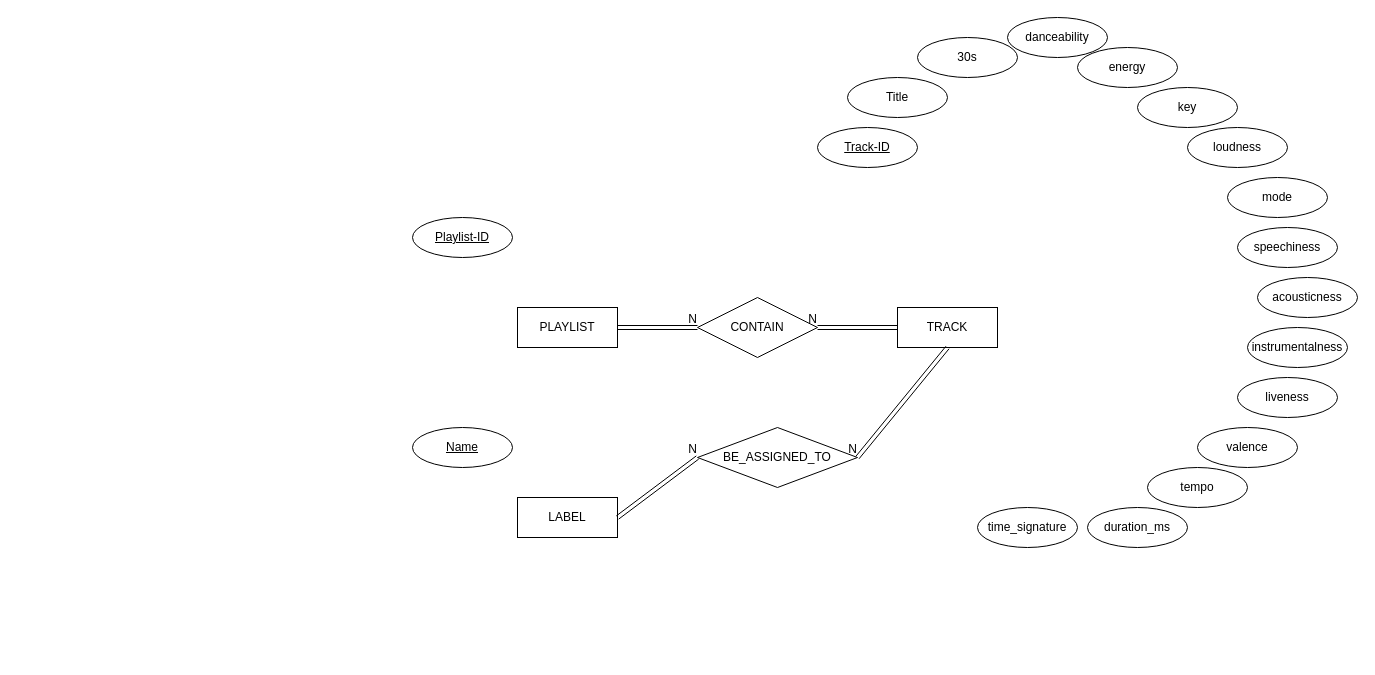
This is spotify.drawio from quangmnh/drawio, a draw.io file, before an edit. Source tidied: cells renumbered, new cells numbered last; positions are measured from the earlier drawing's top-left corner, leaving out a move shared by most shapes. Both pictures are drawn from the tidied source at 100%, with x=0, y=0 at pixel (412, 17).
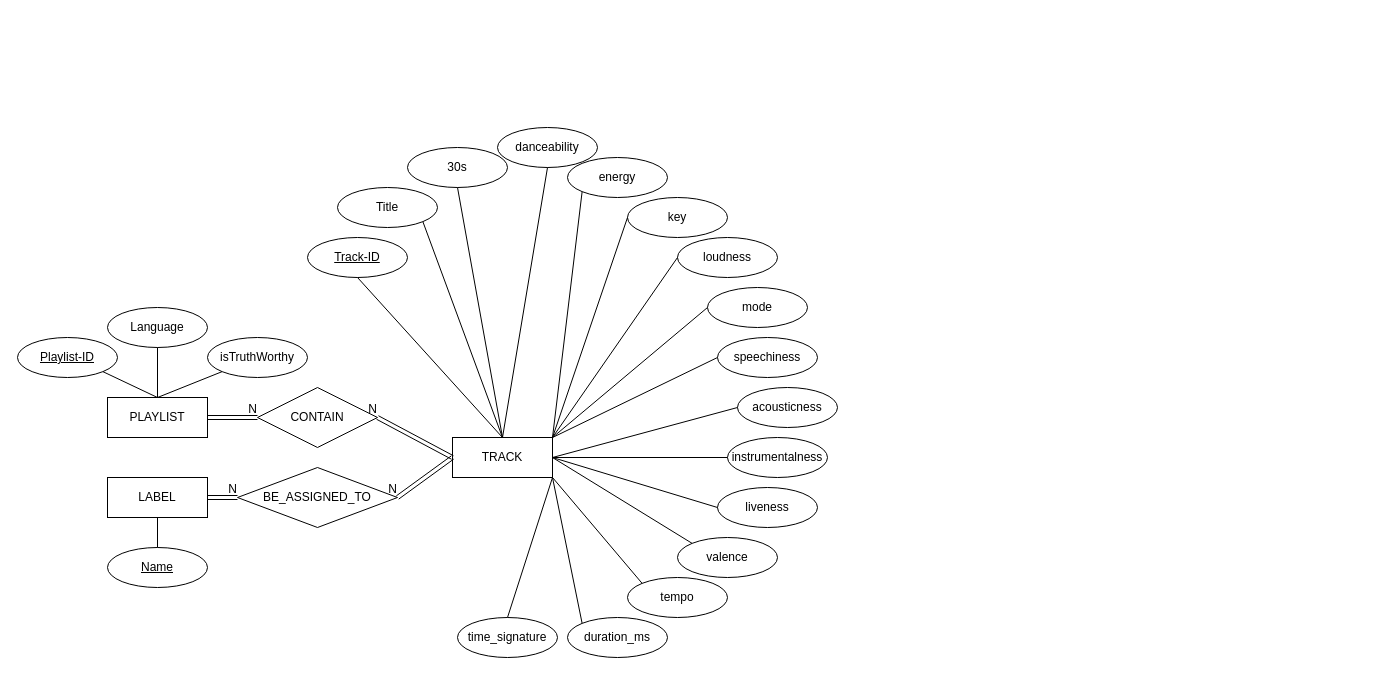
After the change.

The edit, as a diff of the source:
```diff
@@
     <mxCell id="2" value="TRACK" style="whiteSpace=wrap;html=1;align=center;hachureGap=4;" parent="1" vertex="1">
-      <mxGeometry x="485" y="290" width="100" height="40" as="geometry" />
+      <mxGeometry x="40" y="420" width="100" height="40" as="geometry" />
     </mxCell>
     <mxCell id="3" value="Track-ID" style="ellipse;whiteSpace=wrap;html=1;align=center;fontStyle=4;hachureGap=4;" parent="1" vertex="1">
-      <mxGeometry x="405" y="110" width="100" height="40" as="geometry" />
+      <mxGeometry x="-105" y="220" width="100" height="40" as="geometry" />
     </mxCell>
     <mxCell id="4" value="Title" style="ellipse;whiteSpace=wrap;html=1;align=center;hachureGap=4;" parent="1" vertex="1">
-      <mxGeometry x="435" y="60" width="100" height="40" as="geometry" />
+      <mxGeometry x="-75" y="170" width="100" height="40" as="geometry" />
     </mxCell>
     <mxCell id="5" value="30s" style="ellipse;whiteSpace=wrap;html=1;align=center;hachureGap=4;" parent="1" vertex="1">
-      <mxGeometry x="505" y="20" width="100" height="40" as="geometry" />
+      <mxGeometry x="-5" y="130" width="100" height="40" as="geometry" />
     </mxCell>
     <mxCell id="6" value="danceability" style="ellipse;whiteSpace=wrap;html=1;align=center;hachureGap=4;" parent="1" vertex="1">
-      <mxGeometry x="595" width="100" height="40" as="geometry" />
+      <mxGeometry x="85" y="110" width="100" height="40" as="geometry" />
     </mxCell>
     <mxCell id="7" value="energy" style="ellipse;whiteSpace=wrap;html=1;align=center;hachureGap=4;" parent="1" vertex="1">
-      <mxGeometry x="665" y="30" width="100" height="40" as="geometry" />
+      <mxGeometry x="155" y="140" width="100" height="40" as="geometry" />
     </mxCell>
     <mxCell id="8" value="key" style="ellipse;whiteSpace=wrap;html=1;align=center;hachureGap=4;" parent="1" vertex="1">
-      <mxGeometry x="725" y="70" width="100" height="40" as="geometry" />
+      <mxGeometry x="215" y="180" width="100" height="40" as="geometry" />
     </mxCell>
     <mxCell id="9" value="loudness" style="ellipse;whiteSpace=wrap;html=1;align=center;hachureGap=4;" parent="1" vertex="1">
-      <mxGeometry x="775" y="110" width="100" height="40" as="geometry" />
+      <mxGeometry x="265" y="220" width="100" height="40" as="geometry" />
     </mxCell>
     <mxCell id="10" value="mode" style="ellipse;whiteSpace=wrap;html=1;align=center;hachureGap=4;" parent="1" vertex="1">
-      <mxGeometry x="815" y="160" width="100" height="40" as="geometry" />
+      <mxGeometry x="295" y="270" width="100" height="40" as="geometry" />
     </mxCell>
     <mxCell id="11" value="speechiness" style="ellipse;whiteSpace=wrap;html=1;align=center;hachureGap=4;" parent="1" vertex="1">
-      <mxGeometry x="825" y="210" width="100" height="40" as="geometry" />
+      <mxGeometry x="305" y="320" width="100" height="40" as="geometry" />
     </mxCell>
     <mxCell id="12" value="acousticness" style="ellipse;whiteSpace=wrap;html=1;align=center;hachureGap=4;" parent="1" vertex="1">
-      <mxGeometry x="845" y="260" width="100" height="40" as="geometry" />
+      <mxGeometry x="325" y="370" width="100" height="40" as="geometry" />
     </mxCell>
     <mxCell id="13" value="instrumentalness" style="ellipse;whiteSpace=wrap;html=1;align=center;hachureGap=4;" parent="1" vertex="1">
-      <mxGeometry x="835" y="310" width="100" height="40" as="geometry" />
+      <mxGeometry x="315" y="420" width="100" height="40" as="geometry" />
     </mxCell>
     <mxCell id="14" value="liveness" style="ellipse;whiteSpace=wrap;html=1;align=center;hachureGap=4;" parent="1" vertex="1">
-      <mxGeometry x="825" y="360" width="100" height="40" as="geometry" />
+      <mxGeometry x="305" y="470" width="100" height="40" as="geometry" />
     </mxCell>
     <mxCell id="15" value="valence" style="ellipse;whiteSpace=wrap;html=1;align=center;hachureGap=4;" parent="1" vertex="1">
-      <mxGeometry x="785" y="410" width="100" height="40" as="geometry" />
+      <mxGeometry x="265" y="520" width="100" height="40" as="geometry" />
     </mxCell>
     <mxCell id="16" value="tempo" style="ellipse;whiteSpace=wrap;html=1;align=center;hachureGap=4;" parent="1" vertex="1">
-      <mxGeometry x="735" y="450" width="100" height="40" as="geometry" />
+      <mxGeometry x="215" y="560" width="100" height="40" as="geometry" />
     </mxCell>
     <mxCell id="17" value="duration_ms" style="ellipse;whiteSpace=wrap;html=1;align=center;hachureGap=4;" parent="1" vertex="1">
-      <mxGeometry x="675" y="490" width="100" height="40" as="geometry" />
+      <mxGeometry x="155" y="600" width="100" height="40" as="geometry" />
     </mxCell>
     <mxCell id="18" value="time_signature" style="ellipse;whiteSpace=wrap;html=1;align=center;hachureGap=4;" parent="1" vertex="1">
-      <mxGeometry x="565" y="490" width="100" height="40" as="geometry" />
+      <mxGeometry x="45" y="600" width="100" height="40" as="geometry" />
     </mxCell>
     <mxCell id="19" value="PLAYLIST" style="whiteSpace=wrap;html=1;align=center;hachureGap=4;" parent="1" vertex="1">
-      <mxGeometry x="105" y="290" width="100" height="40" as="geometry" />
+      <mxGeometry x="-305" y="380" width="100" height="40" as="geometry" />
     </mxCell>
     <mxCell id="20" value="Playlist-ID" style="ellipse;whiteSpace=wrap;html=1;align=center;fontStyle=4;hachureGap=4;" parent="1" vertex="1">
-      <mxGeometry y="200" width="100" height="40" as="geometry" />
+      <mxGeometry x="-395" y="320" width="100" height="40" as="geometry" />
     </mxCell>
     <mxCell id="21" value="CONTAIN" style="shape=rhombus;perimeter=rhombusPerimeter;whiteSpace=wrap;html=1;align=center;hachureGap=4;" parent="1" vertex="1">
-      <mxGeometry x="285" y="280" width="120" height="60" as="geometry" />
+      <mxGeometry x="-155" y="370" width="120" height="60" as="geometry" />
     </mxCell>
@@
     <mxCell id="26" value="LABEL" style="whiteSpace=wrap;html=1;align=center;hachureGap=4;" parent="1" vertex="1">
-      <mxGeometry x="105" y="480" width="100" height="40" as="geometry" />
+      <mxGeometry x="-305" y="460" width="100" height="40" as="geometry" />
     </mxCell>
     <mxCell id="27" value="Name" style="ellipse;whiteSpace=wrap;html=1;align=center;fontStyle=4;hachureGap=4;" parent="1" vertex="1">
-      <mxGeometry y="410" width="100" height="40" as="geometry" />
+      <mxGeometry x="-305" y="530" width="100" height="40" as="geometry" />
     </mxCell>
     <mxCell id="28" value="BE_ASSIGNED_TO" style="shape=rhombus;perimeter=rhombusPerimeter;whiteSpace=wrap;html=1;align=center;hachureGap=4;" parent="1" vertex="1">
-      <mxGeometry x="285" y="410" width="160" height="60" as="geometry" />
+      <mxGeometry x="-175" y="450" width="160" height="60" as="geometry" />
     </mxCell>
@@
-    <mxCell id="31" style="shape=link;html=1;rounded=0;endArrow=open;startSize=14;endSize=14;sourcePerimeterSpacing=8;targetPerimeterSpacing=8;exitX=0.5;exitY=1;exitDx=0;exitDy=0;entryX=1;entryY=0.5;entryDx=0;entryDy=0;" parent="1" edge="1" source="2" target="28">
+    <mxCell id="31" style="shape=link;html=1;rounded=0;endArrow=open;startSize=14;endSize=14;sourcePerimeterSpacing=8;targetPerimeterSpacing=8;exitX=0;exitY=0.5;exitDx=0;exitDy=0;entryX=1;entryY=0.5;entryDx=0;entryDy=0;" parent="1" edge="1" source="2" target="28">
       <mxGeometry relative="1" as="geometry" />
     </mxCell>
@@
+    <mxCell id="33" style="endArrow=none;html=1;rounded=0;startSize=14;endSize=14;sourcePerimeterSpacing=8;targetPerimeterSpacing=8;exitX=0.5;exitY=1;exitDx=0;exitDy=0;entryX=0.5;entryY=0;entryDx=0;entryDy=0;" parent="1" edge="1" source="3" target="2">
+      <mxGeometry relative="1" as="geometry" />
+    </mxCell>
+    <mxCell id="34" style="endArrow=none;html=1;rounded=0;startSize=14;endSize=14;sourcePerimeterSpacing=8;targetPerimeterSpacing=8;exitX=1;exitY=1;exitDx=0;exitDy=0;entryX=0.5;entryY=0;entryDx=0;entryDy=0;" parent="1" edge="1" source="4" target="2">
+      <mxGeometry relative="1" as="geometry" />
+    </mxCell>
+    <mxCell id="35" style="endArrow=none;html=1;rounded=0;startSize=14;endSize=14;sourcePerimeterSpacing=8;targetPerimeterSpacing=8;exitX=0.5;exitY=1;exitDx=0;exitDy=0;entryX=0.5;entryY=0;entryDx=0;entryDy=0;" parent="1" edge="1" source="5" target="2">
+      <mxGeometry relative="1" as="geometry" />
+    </mxCell>
+    <mxCell id="36" style="endArrow=none;html=1;rounded=0;startSize=14;endSize=14;sourcePerimeterSpacing=8;targetPerimeterSpacing=8;exitX=0.5;exitY=1;exitDx=0;exitDy=0;entryX=0.5;entryY=0;entryDx=0;entryDy=0;" parent="1" edge="1" source="6" target="2">
+      <mxGeometry relative="1" as="geometry" />
+    </mxCell>
+    <mxCell id="37" style="endArrow=none;html=1;rounded=0;startSize=14;endSize=14;sourcePerimeterSpacing=8;targetPerimeterSpacing=8;exitX=0;exitY=1;exitDx=0;exitDy=0;entryX=1;entryY=0;entryDx=0;entryDy=0;" parent="1" edge="1" source="7" target="2">
+      <mxGeometry relative="1" as="geometry" />
+    </mxCell>
+    <mxCell id="38" style="endArrow=none;html=1;rounded=0;startSize=14;endSize=14;sourcePerimeterSpacing=8;targetPerimeterSpacing=8;exitX=0;exitY=0.5;exitDx=0;exitDy=0;entryX=1;entryY=0;entryDx=0;entryDy=0;" parent="1" edge="1" source="8" target="2">
+      <mxGeometry relative="1" as="geometry" />
+    </mxCell>
+    <mxCell id="39" style="endArrow=none;html=1;rounded=0;startSize=14;endSize=14;sourcePerimeterSpacing=8;targetPerimeterSpacing=8;exitX=0;exitY=0.5;exitDx=0;exitDy=0;entryX=1;entryY=0;entryDx=0;entryDy=0;" parent="1" edge="1" source="9" target="2">
+      <mxGeometry relative="1" as="geometry" />
+    </mxCell>
+    <mxCell id="40" style="endArrow=none;html=1;rounded=0;startSize=14;endSize=14;sourcePerimeterSpacing=8;targetPerimeterSpacing=8;exitX=0;exitY=0.5;exitDx=0;exitDy=0;entryX=1;entryY=0;entryDx=0;entryDy=0;" parent="1" edge="1" source="10" target="2">
+      <mxGeometry relative="1" as="geometry" />
+    </mxCell>
+    <mxCell id="41" style="endArrow=none;html=1;rounded=0;startSize=14;endSize=14;sourcePerimeterSpacing=8;targetPerimeterSpacing=8;exitX=0;exitY=0.5;exitDx=0;exitDy=0;entryX=1;entryY=0;entryDx=0;entryDy=0;" parent="1" edge="1" source="11" target="2">
+      <mxGeometry relative="1" as="geometry" />
+    </mxCell>
+    <mxCell id="42" style="endArrow=none;html=1;rounded=0;startSize=14;endSize=14;sourcePerimeterSpacing=8;targetPerimeterSpacing=8;exitX=0;exitY=0.5;exitDx=0;exitDy=0;entryX=1;entryY=0.5;entryDx=0;entryDy=0;" parent="1" edge="1" source="12" target="2">
+      <mxGeometry relative="1" as="geometry" />
+    </mxCell>
+    <mxCell id="43" style="endArrow=none;html=1;rounded=0;startSize=14;endSize=14;sourcePerimeterSpacing=8;targetPerimeterSpacing=8;exitX=0;exitY=0.5;exitDx=0;exitDy=0;entryX=1;entryY=0.5;entryDx=0;entryDy=0;" parent="1" edge="1" source="13" target="2">
+      <mxGeometry relative="1" as="geometry" />
+    </mxCell>
+    <mxCell id="44" style="endArrow=none;html=1;rounded=0;startSize=14;endSize=14;sourcePerimeterSpacing=8;targetPerimeterSpacing=8;exitX=0;exitY=0.5;exitDx=0;exitDy=0;entryX=1;entryY=0.5;entryDx=0;entryDy=0;" parent="1" edge="1" source="14" target="2">
+      <mxGeometry relative="1" as="geometry" />
+    </mxCell>
+    <mxCell id="45" style="endArrow=none;html=1;rounded=0;startSize=14;endSize=14;sourcePerimeterSpacing=8;targetPerimeterSpacing=8;exitX=0;exitY=0;exitDx=0;exitDy=0;entryX=1;entryY=0.5;entryDx=0;entryDy=0;" parent="1" edge="1" source="15" target="2">
+      <mxGeometry relative="1" as="geometry" />
+    </mxCell>
+    <mxCell id="46" style="endArrow=none;html=1;rounded=0;startSize=14;endSize=14;sourcePerimeterSpacing=8;targetPerimeterSpacing=8;exitX=0;exitY=0;exitDx=0;exitDy=0;entryX=1;entryY=1;entryDx=0;entryDy=0;" parent="1" edge="1" source="16" target="2">
+      <mxGeometry relative="1" as="geometry" />
+    </mxCell>
+    <mxCell id="47" style="endArrow=none;html=1;rounded=0;startSize=14;endSize=14;sourcePerimeterSpacing=8;targetPerimeterSpacing=8;exitX=0;exitY=0;exitDx=0;exitDy=0;entryX=1;entryY=1;entryDx=0;entryDy=0;" parent="1" edge="1" source="17" target="2">
+      <mxGeometry relative="1" as="geometry" />
+    </mxCell>
+    <mxCell id="48" style="endArrow=none;html=1;rounded=0;startSize=14;endSize=14;sourcePerimeterSpacing=8;targetPerimeterSpacing=8;exitX=0.5;exitY=0;exitDx=0;exitDy=0;entryX=1;entryY=1;entryDx=0;entryDy=0;" parent="1" edge="1" source="18" target="2">
+      <mxGeometry relative="1" as="geometry" />
+    </mxCell>
+    <mxCell id="49" style="endArrow=none;html=1;rounded=0;startSize=14;endSize=14;sourcePerimeterSpacing=8;targetPerimeterSpacing=8;exitX=0.5;exitY=1;exitDx=0;exitDy=0;entryX=0.5;entryY=0;entryDx=0;entryDy=0;" parent="1" edge="1" source="26" target="27">
+      <mxGeometry relative="1" as="geometry" />
+    </mxCell>
+    <mxCell id="50" style="endArrow=none;html=1;rounded=0;startSize=14;endSize=14;sourcePerimeterSpacing=8;targetPerimeterSpacing=8;exitX=0.5;exitY=0;exitDx=0;exitDy=0;entryX=1;entryY=1;entryDx=0;entryDy=0;" parent="1" edge="1" source="19" target="20">
+      <mxGeometry relative="1" as="geometry" />
+    </mxCell>
+    <mxCell id="51" value="Language" style="ellipse;whiteSpace=wrap;html=1;align=center;hachureGap=4;" parent="1" vertex="1">
+      <mxGeometry x="-305" y="290" width="100" height="40" as="geometry" />
+    </mxCell>
+    <mxCell id="52" value="isTruthWorthy" style="ellipse;whiteSpace=wrap;html=1;align=center;hachureGap=4;" parent="1" vertex="1">
+      <mxGeometry x="-205" y="320" width="100" height="40" as="geometry" />
+    </mxCell>
+    <mxCell id="53" style="endArrow=none;html=1;rounded=0;startSize=14;endSize=14;sourcePerimeterSpacing=8;targetPerimeterSpacing=8;exitX=0.5;exitY=0;exitDx=0;exitDy=0;entryX=0.5;entryY=1;entryDx=0;entryDy=0;" parent="1" edge="1" source="19" target="51">
+      <mxGeometry relative="1" as="geometry" />
+    </mxCell>
+    <mxCell id="54" style="endArrow=none;html=1;rounded=0;startSize=14;endSize=14;sourcePerimeterSpacing=8;targetPerimeterSpacing=8;exitX=0.5;exitY=0;exitDx=0;exitDy=0;entryX=0;entryY=1;entryDx=0;entryDy=0;" parent="1" edge="1" source="19" target="52">
+      <mxGeometry relative="1" as="geometry" />
+    </mxCell>
```
